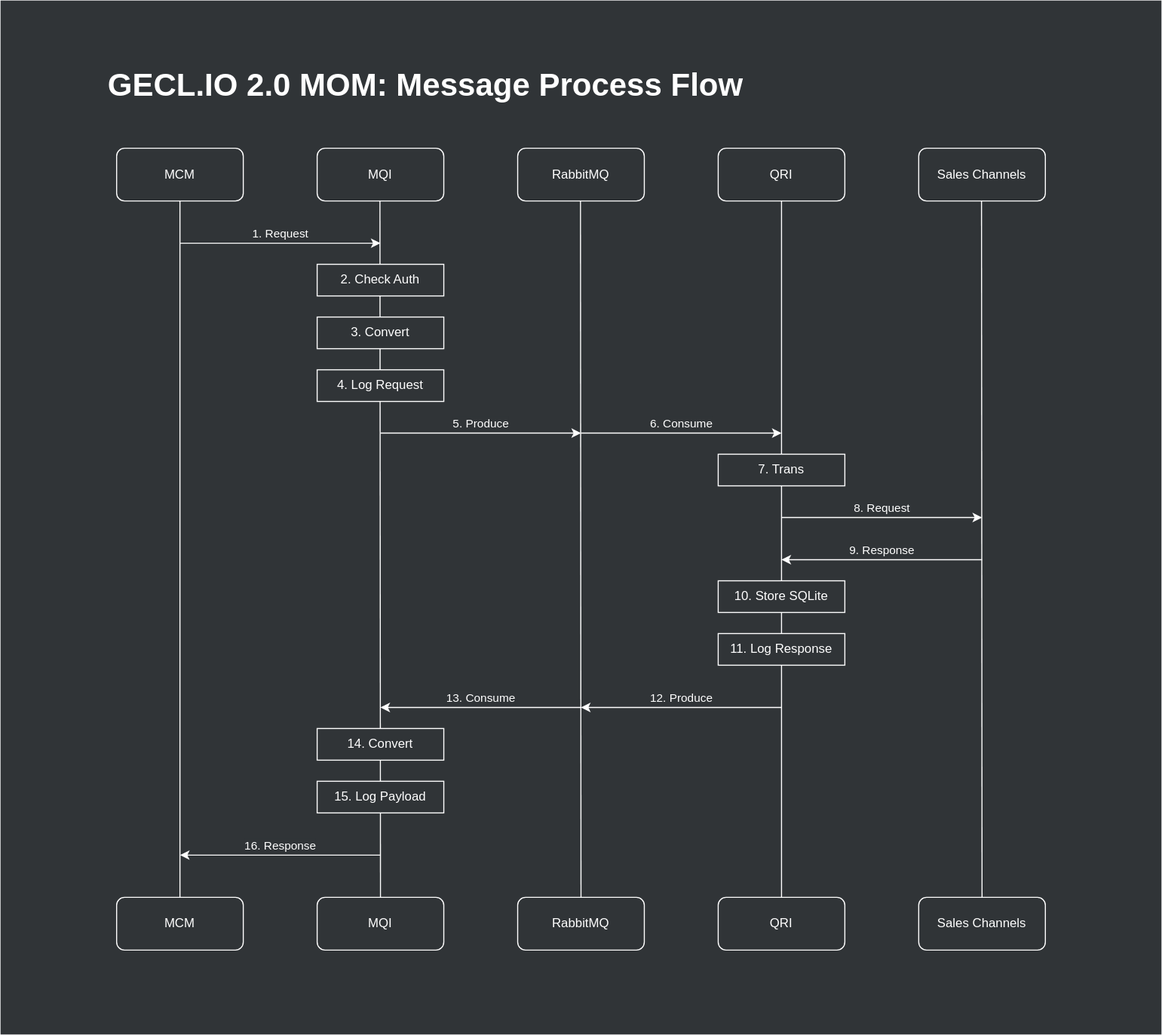
Before: assets/.draw.io/documents/geclio2-mom-process.svg, a diagram exported from draw.io (jiholee-ntwglobal/jiholee-ntwglobal.github.io). Source tidied: cells renumbered, new cells last; positions are measured from the earlier drawing's top-left corner, leaving out a move shared by most shapes.
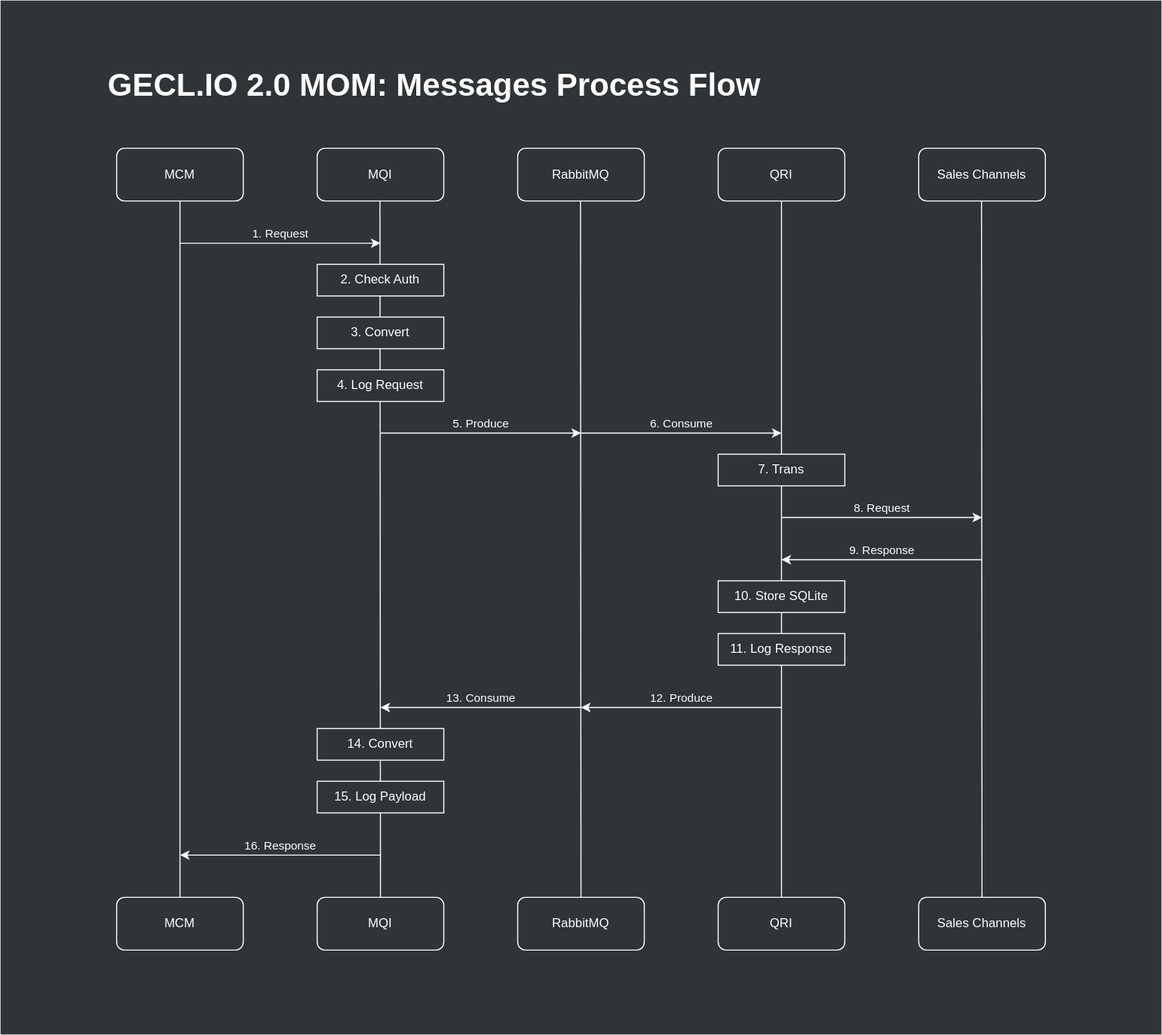
After the commit.

What changed in the source:
```diff
@@ -24,8 +24,8 @@
         <mxPoint x="929.5" y="190" as="targetPoint" />
       </mxGeometry>
     </mxCell>
-    <mxCell id="8" value="&lt;font color=&quot;#ffffff&quot;&gt;GECL.IO 2.0 MOM: Message Process Flow&lt;/font&gt;" style="text;fillColor=none;html=1;fontSize=30;fontStyle=1;verticalAlign=middle;align=left;shadow=0;labelBackgroundColor=none;" parent="3" vertex="1">
-      <mxGeometry x="100" y="60" width="610" height="40" as="geometry" />
+    <mxCell id="8" value="&lt;font color=&quot;#ffffff&quot;&gt;GECL.IO 2.0 MOM: Messages Process Flow&lt;/font&gt;" style="text;fillColor=none;html=1;fontSize=30;fontStyle=1;verticalAlign=middle;align=left;shadow=0;labelBackgroundColor=none;" parent="3" vertex="1">
+      <mxGeometry x="100" y="60" width="630" height="40" as="geometry" />
     </mxCell>
     <mxCell id="9" style="edgeStyle=orthogonalEdgeStyle;rounded=0;orthogonalLoop=1;jettySize=auto;html=1;strokeColor=#FFFFFF;" parent="3" edge="1">
       <mxGeometry relative="1" as="geometry">
```
